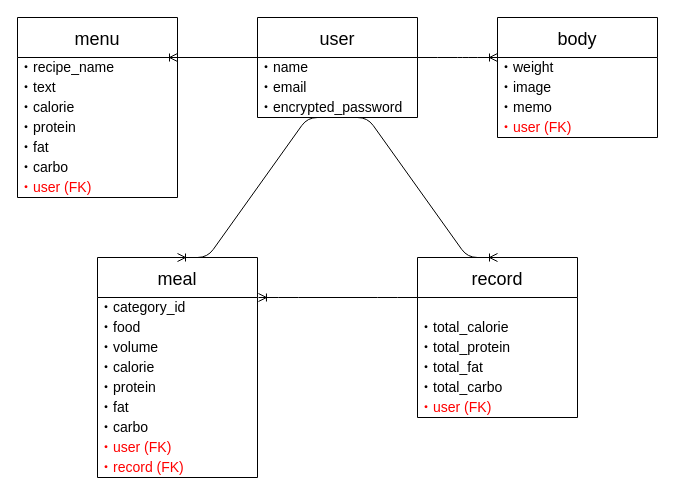
The draw.io diagram Draw.io/ER.dio in YamAtsu16/DietApp, before the edit. Source tidied: cells renumbered, new cells numbered last; positions are measured from the earlier drawing's top-left corner, leaving out a move shared by most shapes. Both pictures are drawn from the tidied source at 100%, with x=0, y=0 at pixel (17, 17).
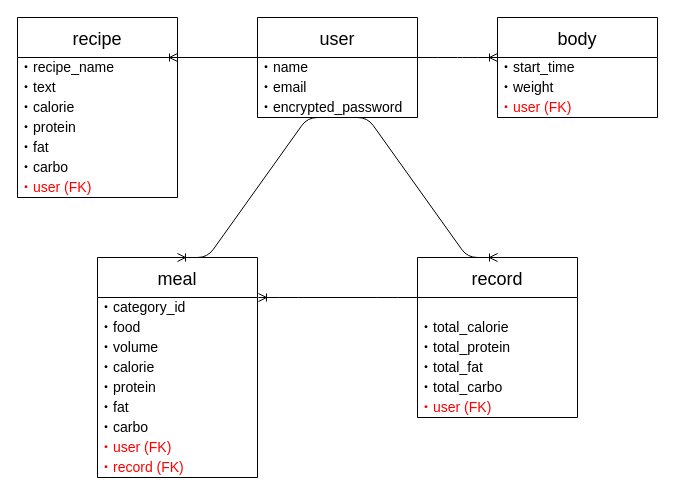
The same diagram, later.

Unchanged cells that the change refers to:
```xml
<mxCell id="3" value="・name" style="text;html=1;align=left;verticalAlign=middle;points=[];strokeColor=none;fillColor=none;fontSize=14;" parent="2" vertex="1">
  <mxGeometry y="40" width="160" height="20" as="geometry" />
</mxCell>
```

The edit, as a diff of the source:
```diff
@@
     <mxCell id="6" value="body" style="swimlane;fontStyle=0;horizontal=1;startSize=40;align=center;fontSize=18;fillColor=none;" parent="1" vertex="1">
-      <mxGeometry x="480" width="160" height="120" as="geometry" />
+      <mxGeometry x="480" width="160" height="100" as="geometry" />
     </mxCell>
+    <mxCell id="41" value="・start_time" style="text;html=1;align=left;verticalAlign=middle;points=[];strokeColor=none;fillColor=none;fontSize=14;" parent="6" vertex="1">
+      <mxGeometry y="40" width="160" height="20" as="geometry" />
+    </mxCell>
     <mxCell id="7" value="・weight" style="text;html=1;align=left;verticalAlign=middle;points=[];strokeColor=none;fillColor=none;fontSize=14;" parent="6" vertex="1">
-      <mxGeometry y="40" width="160" height="20" as="geometry" />
+      <mxGeometry y="60" width="160" height="20" as="geometry" />
     </mxCell>
-    <mxCell id="8" value="・image" style="text;html=1;align=left;verticalAlign=middle;strokeColor=none;fillColor=none;fontSize=14;" parent="6" vertex="1">
-      <mxGeometry y="60" width="160" height="20" as="geometry" />
-    </mxCell>
-    <mxCell id="9" value="・memo" style="text;html=1;align=left;verticalAlign=middle;strokeColor=none;fillColor=none;fontSize=14;" parent="6" vertex="1">
-      <mxGeometry y="80" width="160" height="20" as="geometry" />
-    </mxCell>
     <mxCell id="10" value="&lt;font color=&quot;#ff0000&quot;&gt;・user (FK)&lt;/font&gt;" style="text;html=1;align=left;verticalAlign=middle;strokeColor=none;fillColor=none;fontSize=14;" parent="6" vertex="1">
-      <mxGeometry y="100" width="160" height="20" as="geometry" />
+      <mxGeometry y="80" width="160" height="20" as="geometry" />
     </mxCell>
@@
-    <mxCell id="21" value="menu" style="swimlane;fontStyle=0;horizontal=1;startSize=40;align=center;fontSize=18;fillColor=none;" parent="1" vertex="1">
+    <mxCell id="21" value="recipe" style="swimlane;fontStyle=0;horizontal=1;startSize=40;align=center;fontSize=18;fillColor=none;" parent="1" vertex="1">
       <mxGeometry width="160" height="180" as="geometry" />
     </mxCell>
@@
-    <mxCell id="29" style="edgeStyle=entityRelationEdgeStyle;fontSize=12;html=1;endArrow=ERoneToMany;entryX=0;entryY=0;entryDx=0;entryDy=0;exitX=1;exitY=0;exitDx=0;exitDy=0;exitPerimeter=0;entryPerimeter=0;" parent="1" edge="1" source="3" target="7">
+    <mxCell id="29" style="edgeStyle=entityRelationEdgeStyle;fontSize=12;html=1;endArrow=ERoneToMany;entryX=0;entryY=0;entryDx=0;entryDy=0;exitX=1;exitY=0;exitDx=0;exitDy=0;exitPerimeter=0;entryPerimeter=0;" parent="1" edge="1" source="3" target="41">
       <mxGeometry relative="1" as="geometry" />
     </mxCell>
```
